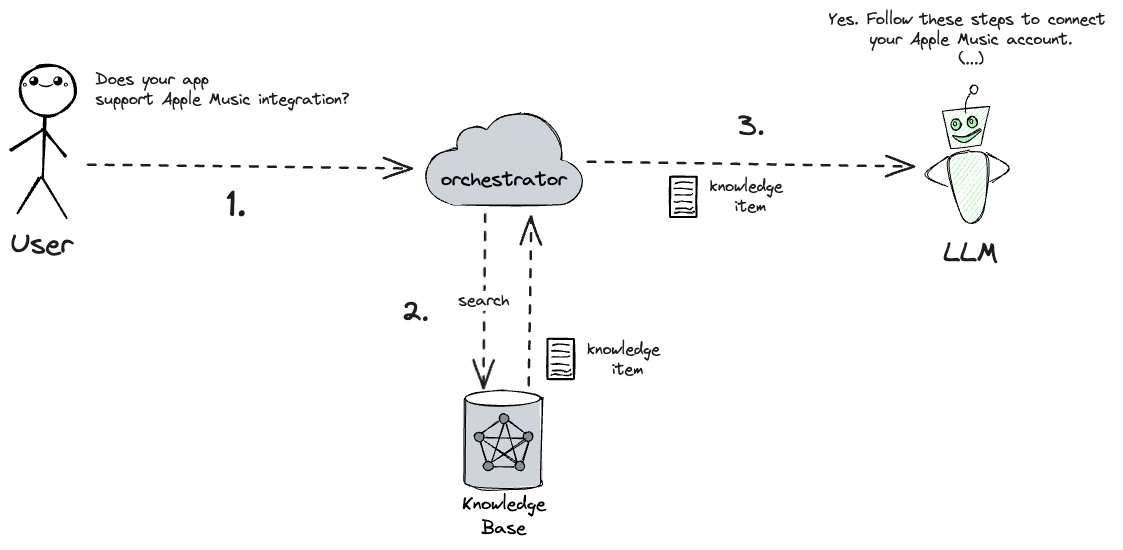
This is dotnetday-zurich-2025/graphics/rag-basic.excalidraw.png from filipw/filipw.github.io, a Excalidraw export, as it was before one commit. Source tidied: one line per element, renumbered; positions are measured from the earlier drawing's top-left corner, leaving out a move shared by most shapes.
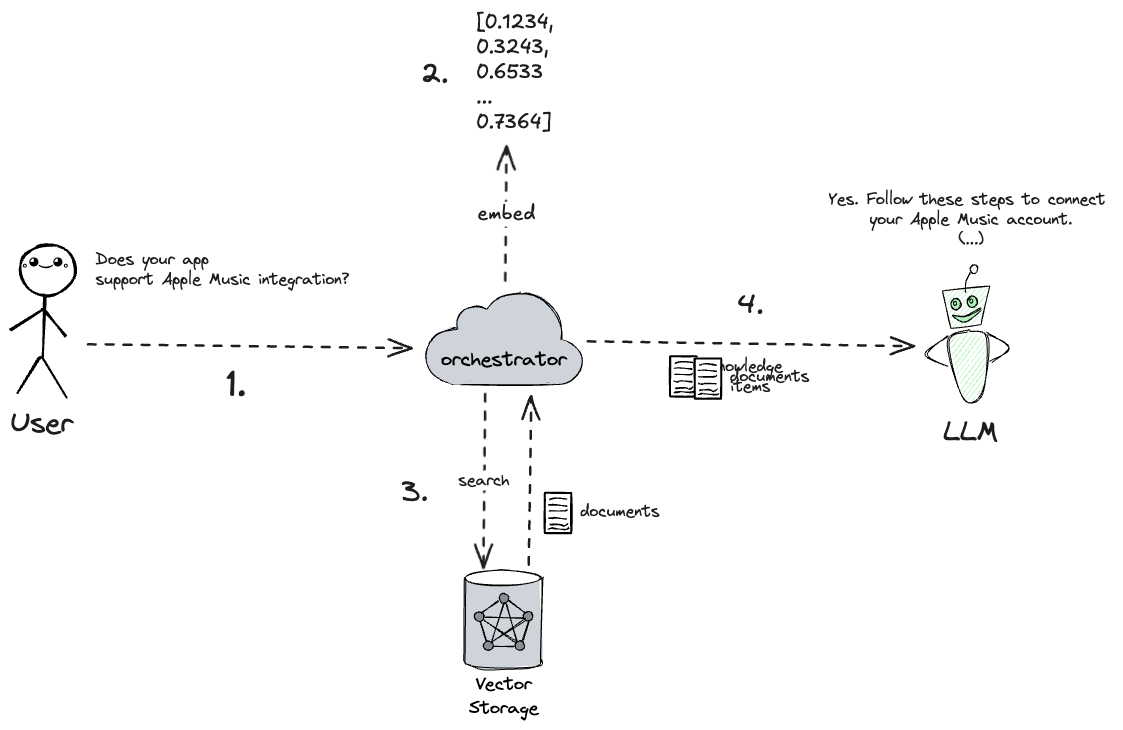
After the commit.

Commit message:
updated naive rag

The edit, as a diff of the source:
```diff
@@ -1,4 +1,4 @@
-{"id": 0, "type": "text", "text": "Knowledge\nBase", "strokeColor": "#000000", "strokeWidth": 1, "roughness": 1, "fontSize": 17.96, "fontFamily": 1, "textAlign": "center", "x": 452, "y": 482, "width": 84, "height": 48}
+{"id": 0, "type": "text", "text": "Vector\nStorage", "strokeColor": "#000000", "strokeWidth": 1, "roughness": 1, "fontSize": 17.96, "fontFamily": 1, "textAlign": "center", "x": 459, "y": 482, "width": 70, "height": 48}
 {"id": 1, "type": "line", "strokeColor": "#000000", "backgroundColor": "#ced4da", "fillStyle": "solid", "strokeWidth": 1, "roughness": 1, "round": true, "x": 455, "y": 390, "width": 76, "height": 98, "points": [[0, 0], [0, 74], [0, 83], [4, 86], [18, 89], [41, 90], [63, 89], [74, 85], [76, 82], [76, 75], [76, 6], [75, 0], [71, -4], [60, -6], [37, -8], [18, -7], [3, -3], [0, 0], [0, 0]]}
 {"id": 2, "type": "ellipse", "strokeColor": "#000000", "backgroundColor": "#fff", "fillStyle": "solid", "strokeWidth": 1, "roughness": 1, "x": 455, "y": 381, "width": 76, "height": 15}
 {"id": 3, "type": "ellipse", "strokeColor": "#000000", "backgroundColor": "#868e96", "fillStyle": "solid", "strokeWidth": 1, "roughness": 1, "x": 489, "y": 404, "width": 10, "height": 10}
@@ -52,24 +52,28 @@
 {"id": 51, "type": "arrow", "strokeColor": "#1e1e1e", "backgroundColor": "#b2f2bb", "fillStyle": "solid", "strokeWidth": 2, "strokeStyle": "dashed", "roughness": 1, "endArrowhead": "arrow", "round": true, "from": 27, "to": 2, "x": 474, "y": 204, "width": 1, "height": 173, "points": [[0, 0], [-1, 173]]}
 {"id": 52, "type": "text", "text": "search", "strokeColor": "#1e1e1e", "backgroundColor": "#b2f2bb", "fillStyle": "solid", "strokeWidth": 2, "strokeStyle": "dashed", "roughness": 1, "fontSize": 16, "fontFamily": 1, "textAlign": "center", "verticalAlign": "middle", "inside": 51, "x": 473, "y": 277, "width": 51, "height": 20}
 {"id": 53, "type": "arrow", "strokeColor": "#1e1e1e", "backgroundColor": "#b2f2bb", "fillStyle": "solid", "strokeWidth": 2, "strokeStyle": "dashed", "roughness": 1, "endArrowhead": "arrow", "round": true, "from": 2, "to": 24, "x": 518, "y": 375, "width": 3, "height": 169, "points": [[0, 0], [3, -169]]}
-{"id": 54, "type": "rectangle", "strokeColor": "#000000", "backgroundColor": "#fff", "fillStyle": "solid", "strokeWidth": 2, "roughness": 1, "x": 537, "y": 329, "width": 27, "height": 40}
+{"id": 54, "type": "rectangle", "strokeColor": "#000000", "backgroundColor": "#fff", "fillStyle": "solid", "strokeWidth": 2, "roughness": 1, "x": 535, "y": 303, "width": 27, "height": 40}
-{"id": 55, "type": "line", "strokeColor": "#000000", "backgroundColor": "#fff", "fillStyle": "solid", "strokeWidth": 1, "roughness": 1, "round": true, "x": 542, "y": 347, "width": 17, "height": 1, "points": [[0, 0], [15, 0], [17, -1]]}
+{"id": 55, "type": "line", "strokeColor": "#000000", "backgroundColor": "#fff", "fillStyle": "solid", "strokeWidth": 1, "roughness": 1, "round": true, "x": 539, "y": 322, "width": 17, "height": 1, "points": [[0, 0], [15, 0], [17, -1]]}
-{"id": 56, "type": "line", "strokeColor": "#000000", "backgroundColor": "#fff", "fillStyle": "solid", "strokeWidth": 1, "roughness": 1, "round": true, "x": 542, "y": 335, "width": 17, "height": 1, "points": [[0, 0], [6, -1], [17, 0]]}
+{"id": 56, "type": "line", "strokeColor": "#000000", "backgroundColor": "#fff", "fillStyle": "solid", "strokeWidth": 1, "roughness": 1, "round": true, "x": 540, "y": 310, "width": 17, "height": 1, "points": [[0, 0], [6, -1], [17, 0]]}
-{"id": 57, "type": "line", "strokeColor": "#000000", "backgroundColor": "#fff", "fillStyle": "solid", "strokeWidth": 1, "roughness": 1, "round": true, "x": 542, "y": 361, "width": 18, "height": 2, "points": [[0, 0], [10, 0], [14, 1], [18, -1]]}
+{"id": 57, "type": "line", "strokeColor": "#000000", "backgroundColor": "#fff", "fillStyle": "solid", "strokeWidth": 1, "roughness": 1, "round": true, "x": 540, "y": 335, "width": 18, "height": 2, "points": [[0, 0], [10, 0], [14, 1], [18, -1]]}
-{"id": 58, "type": "line", "strokeColor": "#000000", "backgroundColor": "#fff", "fillStyle": "solid", "strokeWidth": 1, "roughness": 1, "round": true, "x": 541, "y": 365, "width": 20, "height": 1, "points": [[0, 0], [4, 0], [6, 0], [17, 0], [20, -1]]}
+{"id": 58, "type": "line", "strokeColor": "#000000", "backgroundColor": "#fff", "fillStyle": "solid", "strokeWidth": 1, "roughness": 1, "round": true, "x": 539, "y": 339, "width": 20, "height": 1, "points": [[0, 0], [4, 0], [6, 0], [17, 0], [20, -1]]}
-{"id": 59, "type": "line", "strokeColor": "#000000", "backgroundColor": "#fff", "fillStyle": "solid", "strokeWidth": 1, "roughness": 1, "round": true, "x": 541, "y": 341, "width": 18, "height": 1, "points": [[0, 0], [7, 0], [18, 1]]}
+{"id": 59, "type": "line", "strokeColor": "#000000", "backgroundColor": "#fff", "fillStyle": "solid", "strokeWidth": 1, "roughness": 1, "round": true, "x": 539, "y": 315, "width": 18, "height": 1, "points": [[0, 0], [7, 0], [18, 1]]}
-{"id": 60, "type": "line", "strokeColor": "#000000", "backgroundColor": "#fff", "fillStyle": "solid", "strokeWidth": 1, "roughness": 1, "round": true, "x": 541, "y": 354, "width": 18, "height": 1, "points": [[0, 0], [3, 1], [7, 0], [18, 1]]}
+{"id": 60, "type": "line", "strokeColor": "#000000", "backgroundColor": "#fff", "fillStyle": "solid", "strokeWidth": 1, "roughness": 1, "round": true, "x": 539, "y": 328, "width": 18, "height": 1, "points": [[0, 0], [3, 1], [7, 0], [18, 1]]}
-{"id": 61, "type": "text", "text": "knowledge \nitem", "strokeColor": "#1e1e1e", "backgroundColor": "#b2f2bb", "fillStyle": "solid", "strokeWidth": 2, "strokeStyle": "dashed", "roughness": 1, "fontSize": 16, "fontFamily": 1, "textAlign": "center", "x": 577, "y": 330, "width": 81, "height": 40}
+{"id": 61, "type": "text", "text": "documents", "strokeColor": "#1e1e1e", "backgroundColor": "#b2f2bb", "fillStyle": "solid", "strokeWidth": 2, "strokeStyle": "dashed", "roughness": 1, "fontSize": 16, "fontFamily": 1, "textAlign": "center", "x": 570, "y": 312, "width": 79, "height": 20}
 {"id": 62, "type": "arrow", "strokeColor": "#1e1e1e", "backgroundColor": "#b2f2bb", "fillStyle": "solid", "strokeWidth": 2, "strokeStyle": "dashed", "roughness": 1, "endArrowhead": "arrow", "round": true, "from": 25, "x": 577, "y": 152, "width": 327, "height": 4, "points": [[0, 0], [327, 4]]}
-{"id": 63, "type": "rectangle", "strokeColor": "#000000", "backgroundColor": "#fff", "fillStyle": "solid", "strokeWidth": 2, "roughness": 1, "x": 660, "y": 167, "width": 27, "height": 40}
-{"id": 64, "type": "line", "strokeColor": "#000000", "backgroundColor": "#fff", "fillStyle": "solid", "strokeWidth": 1, "roughness": 1, "round": true, "x": 664, "y": 185, "width": 17, "height": 1, "points": [[0, 0], [15, 0], [17, -1]]}
-{"id": 65, "type": "line", "strokeColor": "#000000", "backgroundColor": "#fff", "fillStyle": "solid", "strokeWidth": 1, "roughness": 1, "round": true, "x": 665, "y": 173, "width": 17, "height": 1, "points": [[0, 0], [6, -1], [17, 0]]}
-{"id": 66, "type": "line", "strokeColor": "#000000", "backgroundColor": "#fff", "fillStyle": "solid", "strokeWidth": 1, "roughness": 1, "round": true, "x": 665, "y": 198, "width": 18, "height": 2, "points": [[0, 0], [10, 0], [14, 1], [18, -1]]}
-{"id": 67, "type": "line", "strokeColor": "#000000", "backgroundColor": "#fff", "fillStyle": "solid", "strokeWidth": 1, "roughness": 1, "round": true, "x": 664, "y": 203, "width": 20, "height": 1, "points": [[0, 0], [4, 0], [6, 0], [17, 0], [20, -1]]}
-{"id": 68, "type": "line", "strokeColor": "#000000", "backgroundColor": "#fff", "fillStyle": "solid", "strokeWidth": 1, "roughness": 1, "round": true, "x": 664, "y": 179, "width": 18, "height": 1, "points": [[0, 0], [7, 0], [18, 1]]}
-{"id": 69, "type": "line", "strokeColor": "#000000", "backgroundColor": "#fff", "fillStyle": "solid", "strokeWidth": 1, "roughness": 1, "round": true, "x": 664, "y": 192, "width": 18, "height": 1, "points": [[0, 0], [3, 1], [7, 0], [18, 1]]}
-{"id": 70, "type": "text", "text": "knowledge \nitem", "strokeColor": "#1e1e1e", "backgroundColor": "#b2f2bb", "fillStyle": "solid", "strokeWidth": 2, "strokeStyle": "dashed", "roughness": 1, "fontSize": 16, "fontFamily": 1, "textAlign": "center", "x": 700, "y": 167, "width": 81, "height": 40}
 {"id": 71, "type": "text", "text": "Yes. Follow these steps to connect \nyour Apple Music account.\n(...)", "strokeColor": "#1e1e1e", "backgroundColor": "#b2f2bb", "fillStyle": "solid", "strokeWidth": 2, "strokeStyle": "dashed", "roughness": 1, "fontSize": 16, "fontFamily": 1, "textAlign": "center", "x": 818, "y": 0, "width": 285, "height": 60}
 {"id": 72, "type": "text", "text": "1.", "strokeColor": "#1e1e1e", "strokeWidth": 2, "roughness": 1, "fontSize": 36, "fontFamily": 1, "x": 217, "y": 173, "width": 20, "height": 45}
-{"id": 73, "type": "text", "text": "2.", "strokeColor": "#1e1e1e", "strokeWidth": 2, "roughness": 1, "fontSize": 28, "fontFamily": 1, "x": 391, "y": 285, "width": 28, "height": 35}
+{"id": 73, "type": "text", "text": "3.", "strokeColor": "#1e1e1e", "strokeWidth": 2, "roughness": 1, "fontSize": 28, "fontFamily": 1, "x": 391, "y": 285, "width": 27, "height": 35}
-{"id": 74, "type": "text", "text": "3.", "strokeColor": "#1e1e1e", "strokeWidth": 2, "roughness": 1, "fontSize": 28, "fontFamily": 1, "x": 728, "y": 99, "width": 27, "height": 35}
+{"id": 74, "type": "text", "text": "4.", "strokeColor": "#1e1e1e", "strokeWidth": 2, "roughness": 1, "fontSize": 28, "fontFamily": 1, "x": 728, "y": 99, "width": 26, "height": 35}
+{"id": 75, "type": "text", "text": "[0.1234,\n0.3243,\n0.6533\n...\n0.7364]", "strokeColor": "#1e1e1e", "strokeWidth": 2, "roughness": 1, "fontSize": 20, "fontFamily": 5, "x": 466, "y": -180, "width": 78, "height": 125}
+{"id": 76, "type": "text", "text": "2.", "strokeColor": "#1e1e1e", "strokeWidth": 2, "roughness": 1, "fontSize": 28, "fontFamily": 1, "x": 411, "y": -133, "width": 28, "height": 35}
+{"id": 77, "type": "rectangle", "strokeColor": "#000000", "backgroundColor": "#fff", "fillStyle": "solid", "strokeWidth": 2, "roughness": 1, "x": 684, "y": 169, "width": 27, "height": 40}
+{"id": 78, "type": "line", "strokeColor": "#000000", "backgroundColor": "#fff", "fillStyle": "solid", "strokeWidth": 1, "roughness": 1, "round": true, "x": 689, "y": 187, "width": 17, "height": 1, "points": [[0, 0], [15, 0], [17, -1]]}
+{"id": 79, "type": "line", "strokeColor": "#000000", "backgroundColor": "#fff", "fillStyle": "solid", "strokeWidth": 1, "roughness": 1, "round": true, "x": 690, "y": 175, "width": 17, "height": 1, "points": [[0, 0], [6, -1], [17, 0]]}
+{"id": 80, "type": "line", "strokeColor": "#000000", "backgroundColor": "#fff", "fillStyle": "solid", "strokeWidth": 1, "roughness": 1, "round": true, "x": 690, "y": 201, "width": 18, "height": 2, "points": [[0, 0], [10, 0], [14, 1], [18, -1]]}
+{"id": 81, "type": "line", "strokeColor": "#000000", "backgroundColor": "#fff", "fillStyle": "solid", "strokeWidth": 1, "roughness": 1, "round": true, "x": 688, "y": 205, "width": 20, "height": 1, "points": [[0, 0], [4, 0], [6, 0], [17, 0], [20, -1]]}
+{"id": 82, "type": "line", "strokeColor": "#000000", "backgroundColor": "#fff", "fillStyle": "solid", "strokeWidth": 1, "roughness": 1, "round": true, "x": 689, "y": 181, "width": 18, "height": 1, "points": [[0, 0], [7, 0], [18, 1]]}
+{"id": 83, "type": "line", "strokeColor": "#000000", "backgroundColor": "#fff", "fillStyle": "solid", "strokeWidth": 1, "roughness": 1, "round": true, "x": 689, "y": 194, "width": 18, "height": 1, "points": [[0, 0], [3, 1], [7, 0], [18, 1]]}
+{"id": 84, "type": "text", "text": "documents", "strokeColor": "#1e1e1e", "backgroundColor": "#b2f2bb", "fillStyle": "solid", "strokeWidth": 2, "strokeStyle": "dashed", "roughness": 1, "fontSize": 16, "fontFamily": 1, "textAlign": "center", "x": 720, "y": 178, "width": 79, "height": 20}
+{"id": 85, "type": "arrow", "strokeColor": "#1e1e1e", "backgroundColor": "#b2f2bb", "fillStyle": "solid", "strokeWidth": 2, "strokeStyle": "dashed", "roughness": 1, "endArrowhead": "arrow", "round": true, "from": 19, "to": 75, "x": 495, "y": 92, "width": 3, "height": 136, "points": [[0, 0], [3, -136]]}
+{"id": 86, "type": "text", "text": "embed", "strokeColor": "#1e1e1e", "strokeWidth": 2, "roughness": 1, "fontSize": 20, "fontFamily": 5, "textAlign": "center", "verticalAlign": "middle", "inside": 85, "x": 467, "y": 12, "width": 58, "height": 25}
```
